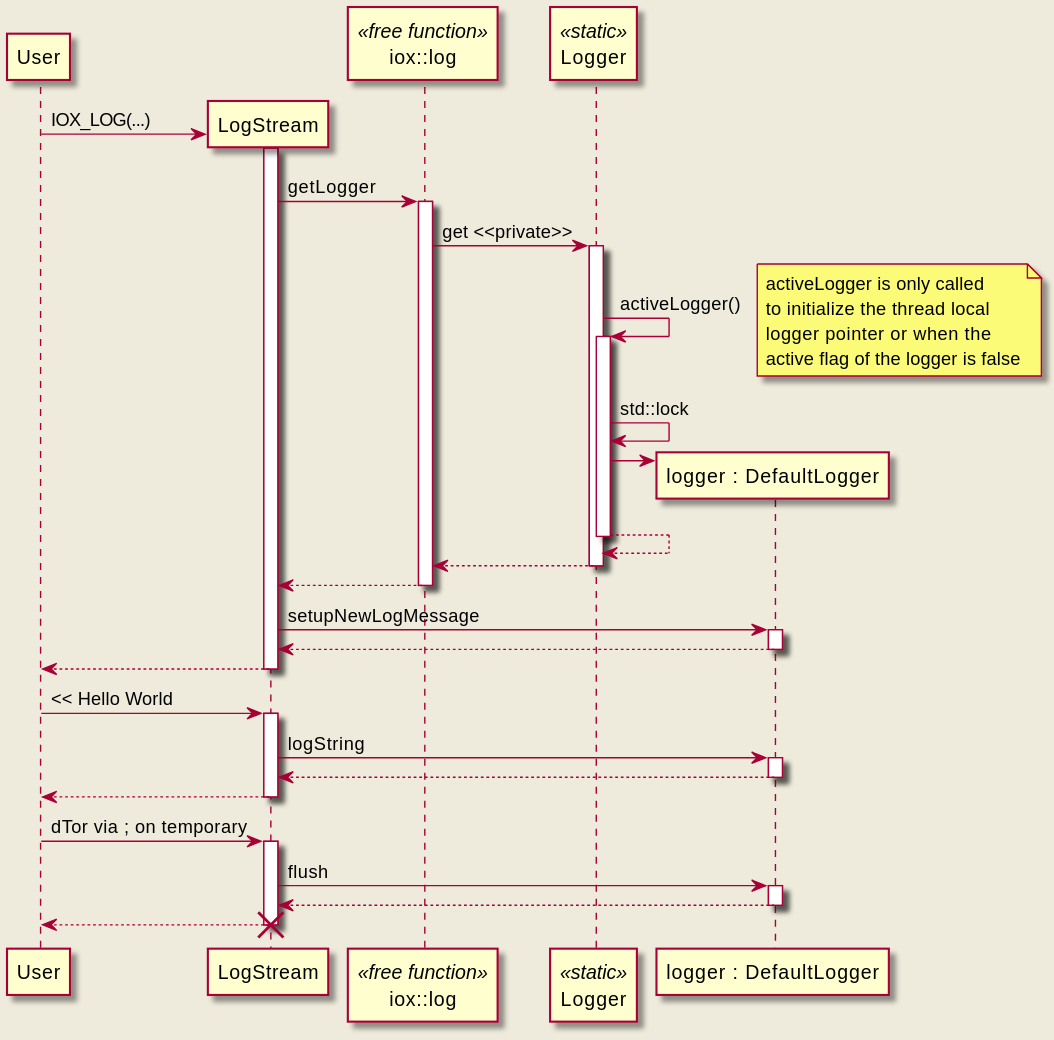
This is doc/website/images/logging_with_logstream.svg from eclipse-iceoryx/iceoryx, a PlantUML export, as it was before one commit. Its source is kept beside it as doc/design/diagrams/logging/logging_with_logstream.puml. Its diagram source:
```plantuml
@startuml

participant User
participant LogStream
participant "iox::log" as logFreeFunction << free function >>
participant Logger << static >>
participant "logger : DefaultLogger" as DefaultLogger

User -> LogStream ** : IOX_LOG(...)
activate LogStream
LogStream -> logFreeFunction ++ : getLogger
logFreeFunction -> Logger ++ : get <<private>>
Logger -> Logger ++ : activeLogger()
note right
  activeLogger is only called
  to initialize the thread local
  logger pointer or when the
  active flag of the logger is false
end note

Logger -> Logger : std::lock
Logger -> DefaultLogger **

return
return
return

LogStream -> DefaultLogger ++ : setupNewLogMessage
return

return

User -> LogStream ++ : << Hello World
LogStream -> DefaultLogger ++ : logString
return
return

User -> LogStream ++ : dTor via ; on temporary
LogStream -> DefaultLogger ++ : flush
return
return
destroy LogStream

@enduml
```
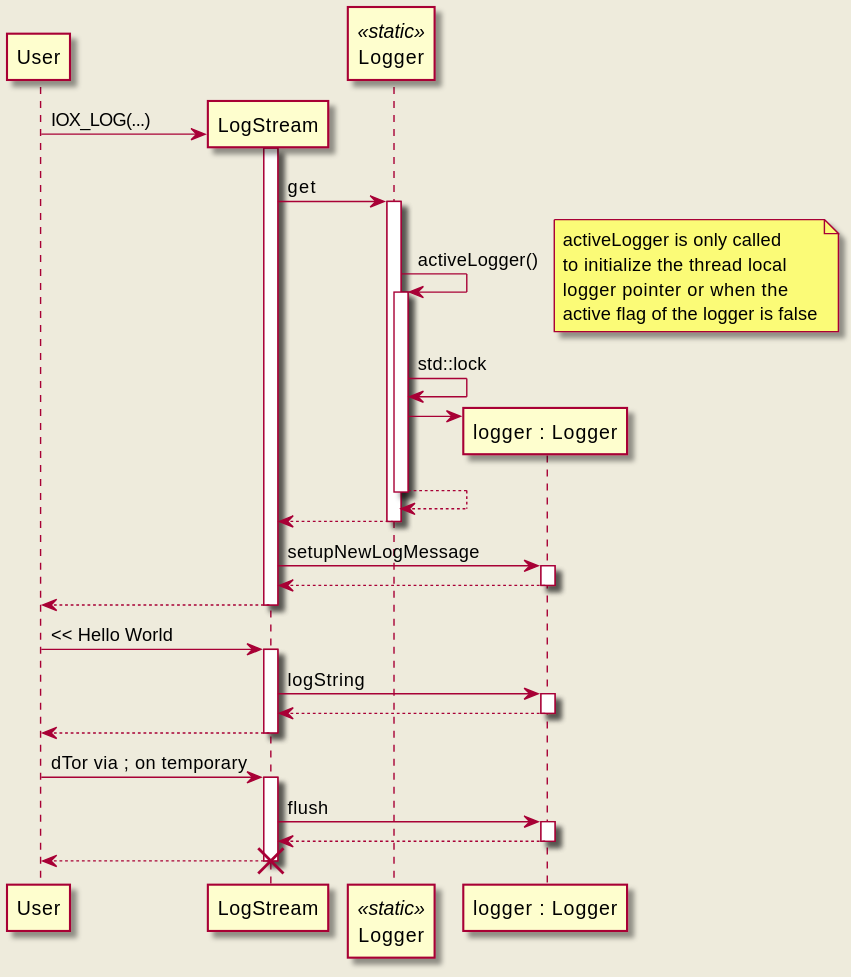
Later version of the same file.

Commit message:
iox-#1345 Update logger design

What changed in the source:
```diff
@@ -2,14 +2,12 @@
 
 participant User
 participant LogStream
-participant "iox::log" as logFreeFunction << free function >>
 participant Logger << static >>
-participant "logger : DefaultLogger" as DefaultLogger
+participant "logger : Logger" as loggerInstance
 
 User -> LogStream ** : IOX_LOG(...)
 activate LogStream
-LogStream -> logFreeFunction ++ : getLogger
-logFreeFunction -> Logger ++ : get <<private>>
+LogStream -> Logger ++ : get
 Logger -> Logger ++ : activeLogger()
 note right
   activeLogger is only called
@@ -19,24 +17,23 @@
 end note
 
 Logger -> Logger : std::lock
-Logger -> DefaultLogger **
+Logger -> loggerInstance **
 
 return
 return
-return
 
-LogStream -> DefaultLogger ++ : setupNewLogMessage
+LogStream -> loggerInstance ++ : setupNewLogMessage
 return
 
 return
 
 User -> LogStream ++ : << Hello World
-LogStream -> DefaultLogger ++ : logString
+LogStream -> loggerInstance ++ : logString
 return
 return
 
 User -> LogStream ++ : dTor via ; on temporary
-LogStream -> DefaultLogger ++ : flush
+LogStream -> loggerInstance ++ : flush
 return
 return
 destroy LogStream
```
